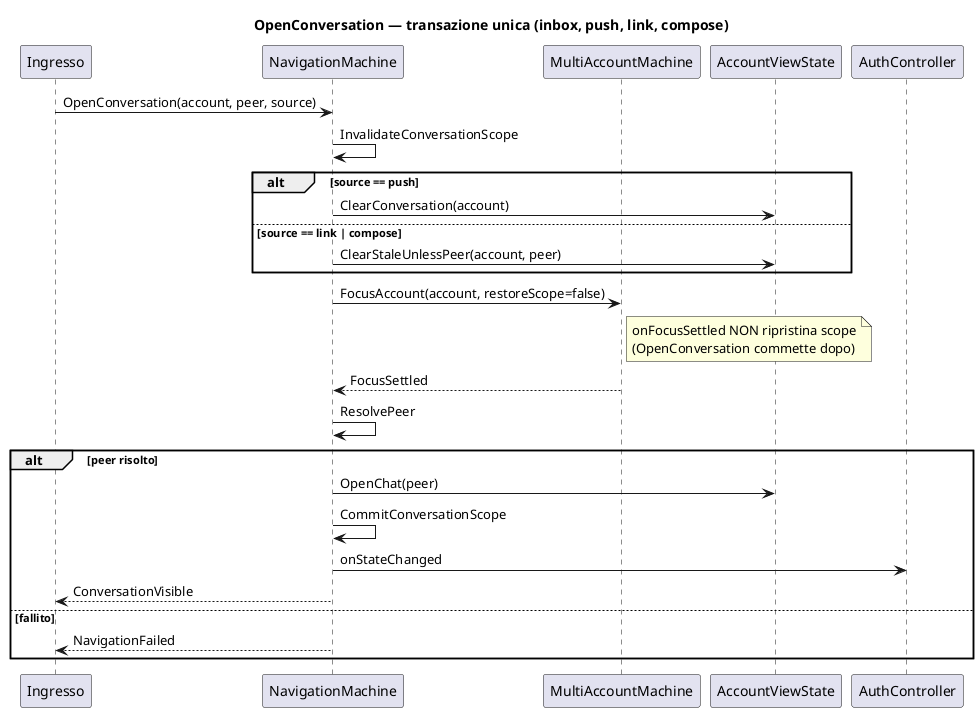
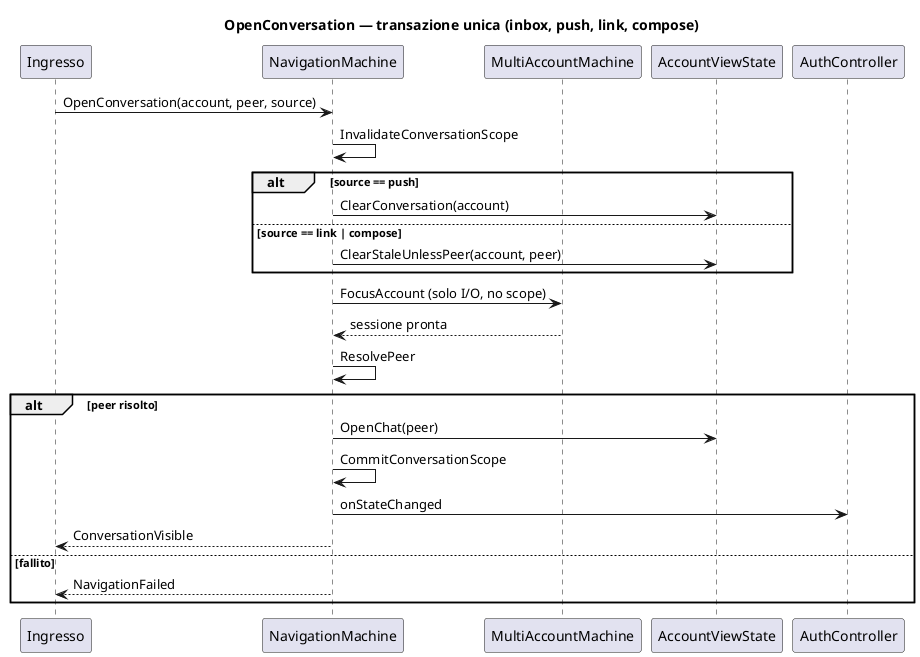
@startuml seq-open-conversation-unified
' Context: navigation
' Profile: client
' Revision: 2026-07-19

title OpenConversation — transazione unica (inbox, push, link, compose)

participant "Ingresso" as In
participant "NavigationMachine" as Nav
participant "MultiAccountMachine" as MAM
participant "AccountViewState" as VS
participant "AuthController" as Auth

In -> Nav : OpenConversation(account, peer, source)
Nav -> Nav : InvalidateConversationScope
alt source == push
  Nav -> VS : ClearConversation(account)
else source == link | compose
  Nav -> VS : ClearStaleUnlessPeer(account, peer)
end
- Nav -> MAM : FocusAccount(account, restoreScope=false)
- note right of MAM : onFocusSettled NON ripristina scope\n(OpenConversation commette dopo)
- MAM --> Nav : FocusSettled
+ Nav -> MAM : FocusAccount (solo I/O, no scope)
+ MAM --> Nav : sessione pronta
Nav -> Nav : ResolvePeer
alt peer risolto
  Nav -> VS : OpenChat(peer)
  Nav -> Nav : CommitConversationScope
  Nav -> Auth : onStateChanged
  Nav --> In : ConversationVisible
else fallito
  Nav --> In : NavigationFailed
end

@enduml
